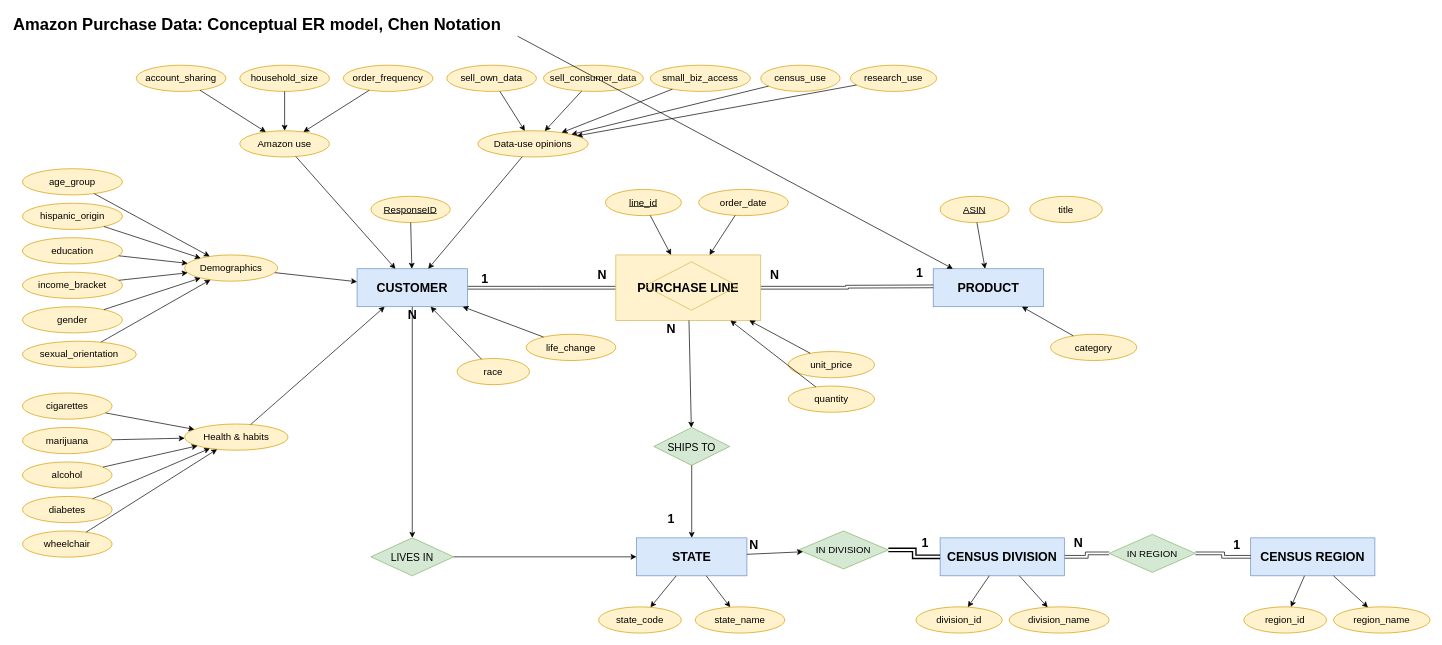
Before: assets/ER Diagram.drawio.xml in Manomaysubban-Narasimha/data201-group3-project, a draw.io diagram. Source tidied: cells renumbered, new cells numbered last; positions are measured from the earlier drawing's top-left corner, leaving out a move shared by most shapes. Both pictures are drawn from the tidied source at 69%, with x=0, y=0 at pixel (12, 12).
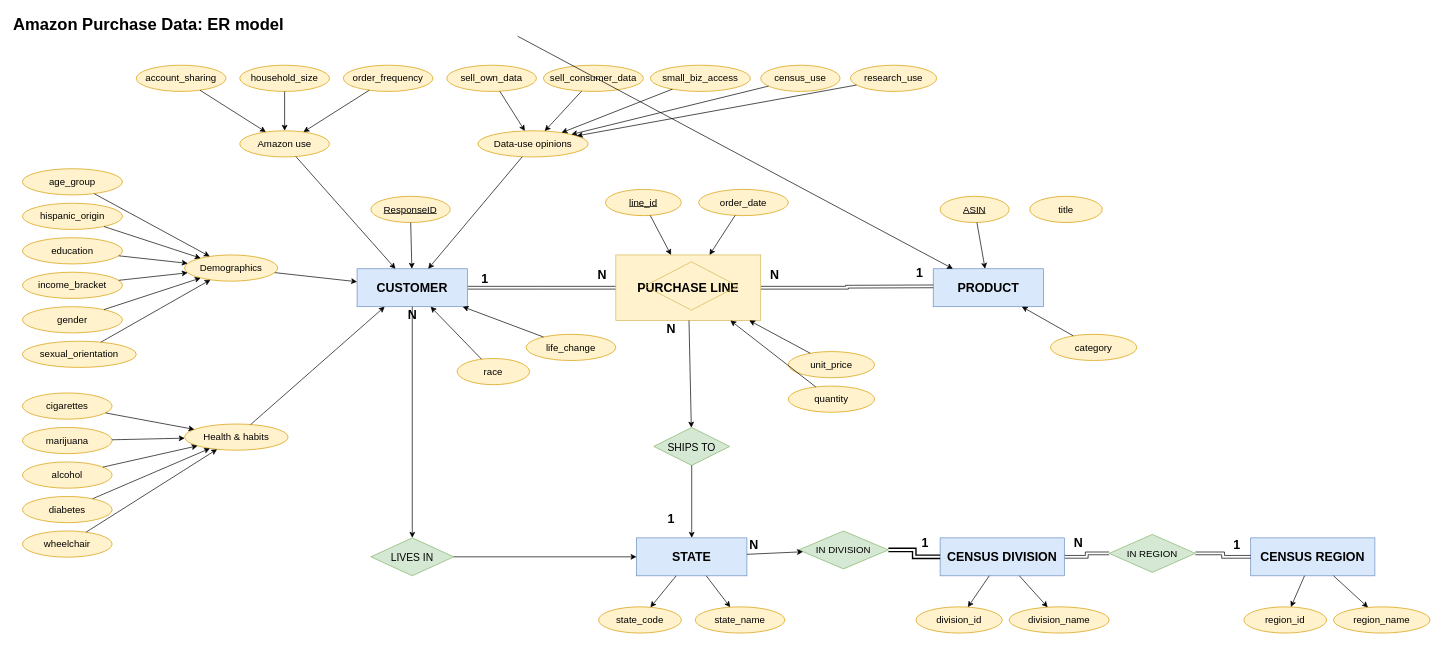
The same page after the edit.

Change to the diagram source:
```diff
@@
-    <mxCell id="2" value="Amazon Purchase Data: Conceptual ER model, Chen Notation" style="text;html=1;strokeColor=none;fillColor=none;align=left;verticalAlign=middle;fontSize=24;fontStyle=1;" parent="1" vertex="1">
+    <mxCell id="2" value="Amazon Purchase Data: ER model" style="text;html=1;strokeColor=none;fillColor=none;align=left;verticalAlign=middle;fontSize=24;fontStyle=1;" parent="1" vertex="1">
       <mxGeometry width="1400" height="35" as="geometry" />
     </mxCell>
```
